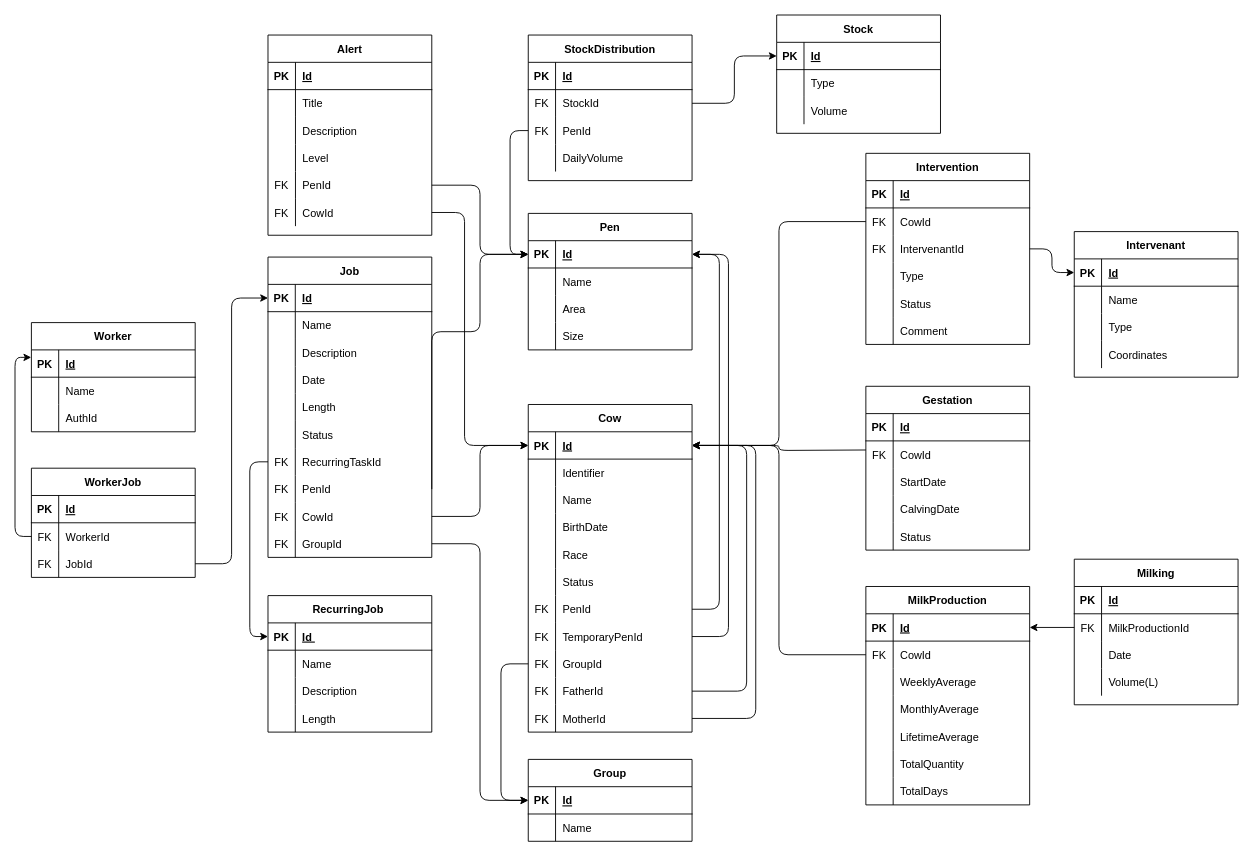
Earlier version of the draw.io diagram Schema_Relationnel.drawio (Djounna/Project_CattleManager). Source tidied: cells renumbered, new cells numbered last; positions are measured from the earlier drawing's top-left corner, leaving out a move shared by most shapes. Both pictures are drawn from the tidied source at 91%, with x=0, y=0 at pixel (15, 15).
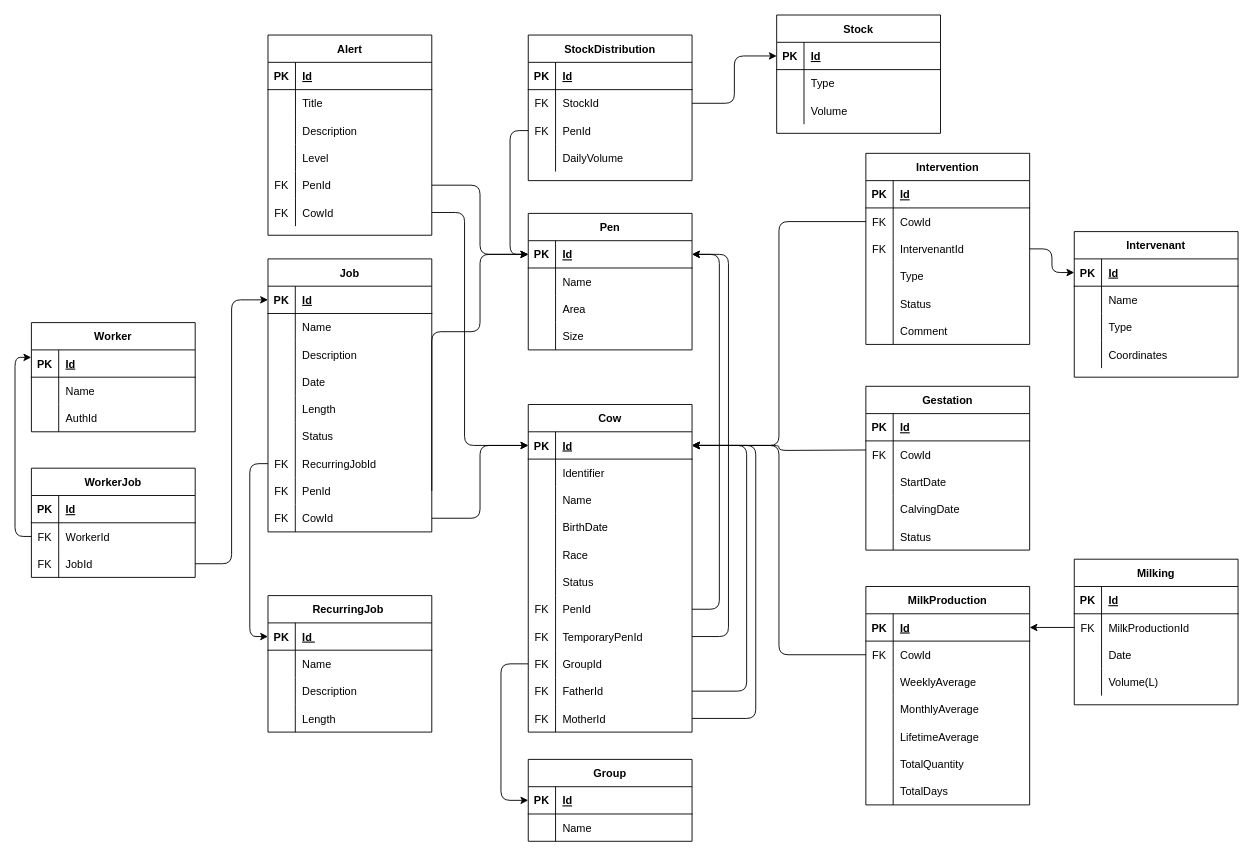
The same page after the edit.

Unchanged cells that the change refers to:
```xml
<mxCell id="54" style="shape=tableRow;horizontal=0;startSize=0;swimlaneHead=0;swimlaneBody=0;fillColor=none;points=[[0,0.5],[1,0.5]];portConstraint=eastwest;top=0;left=0;right=0;bottom=0;" parent="35" vertex="1">
  <mxGeometry y="210" width="180" height="30" as="geometry" />
</mxCell>
<mxCell id="120" style="shape=tableRow;horizontal=0;startSize=0;swimlaneHead=0;swimlaneBody=0;fillColor=none;points=[[0,0.5],[1,0.5]];portConstraint=eastwest;top=0;left=0;right=0;bottom=1;" parent="119" vertex="1">
  <mxGeometry y="30" width="180" height="30" as="geometry" />
</mxCell>
```

Diff of the diagram source:
```diff
@@
     <mxCell id="35" value="Job" style="shape=table;startSize=30;childLayout=tableLayout;rowLines=0;fontStyle=1;align=center;" parent="1" vertex="1">
-      <mxGeometry x="278" y="266" width="180" height="330" as="geometry" />
+      <mxGeometry x="278" y="268" width="180" height="300" as="geometry" />
     </mxCell>
@@
-    <mxCell id="56" value="RecurringTaskId" style="shape=partialRectangle;fillColor=none;top=0;left=0;bottom=0;right=0;align=left;spacingLeft=6;overflow=hidden;" parent="54" vertex="1">
+    <mxCell id="56" value="RecurringJobId" style="shape=partialRectangle;fillColor=none;top=0;left=0;bottom=0;right=0;align=left;spacingLeft=6;overflow=hidden;" parent="54" vertex="1">
       <mxGeometry x="30" width="150" height="30" as="geometry" />
     </mxCell>
@@
-    <mxCell id="63" style="shape=tableRow;horizontal=0;startSize=0;swimlaneHead=0;swimlaneBody=0;fillColor=none;points=[[0,0.5],[1,0.5]];portConstraint=eastwest;top=0;left=0;right=0;bottom=0;" parent="35" vertex="1">
-      <mxGeometry y="300" width="180" height="30" as="geometry" />
-    </mxCell>
-    <mxCell id="64" value="FK" style="shape=partialRectangle;fillColor=none;top=0;left=0;bottom=0;right=0;overflow=hidden;" parent="63" vertex="1">
-      <mxGeometry width="30" height="30" as="geometry" />
-    </mxCell>
-    <mxCell id="65" value="GroupId" style="shape=partialRectangle;fillColor=none;top=0;left=0;bottom=0;right=0;align=left;spacingLeft=6;overflow=hidden;" parent="63" vertex="1">
-      <mxGeometry x="30" width="150" height="30" as="geometry" />
-    </mxCell>
@@
-    <mxCell id="263" style="edgeStyle=orthogonalEdgeStyle;rounded=1;jettySize=auto;html=1;entryX=0;entryY=0.5;entryDx=0;entryDy=0;" parent="1" edge="1" source="63" target="120">
-      <mxGeometry relative="1" as="geometry" />
-    </mxCell>
```
